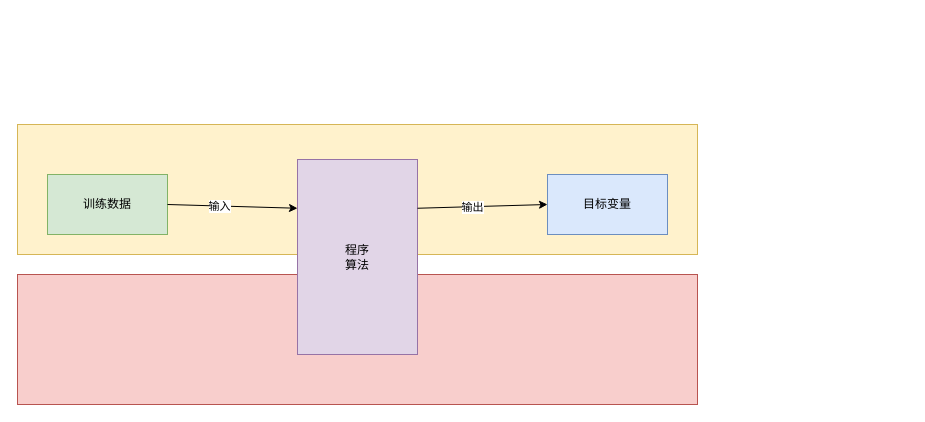
The draw.io diagram docs/传统机器学习训练流程.drawio in liojian198/Bin-Blog, before the edit. Source tidied: cells renumbered, new cells numbered last; positions are measured from the earlier drawing's top-left corner, leaving out a move shared by most shapes. Both pictures are drawn from the tidied source at 100%, with x=0, y=0 at pixel (17, 124).
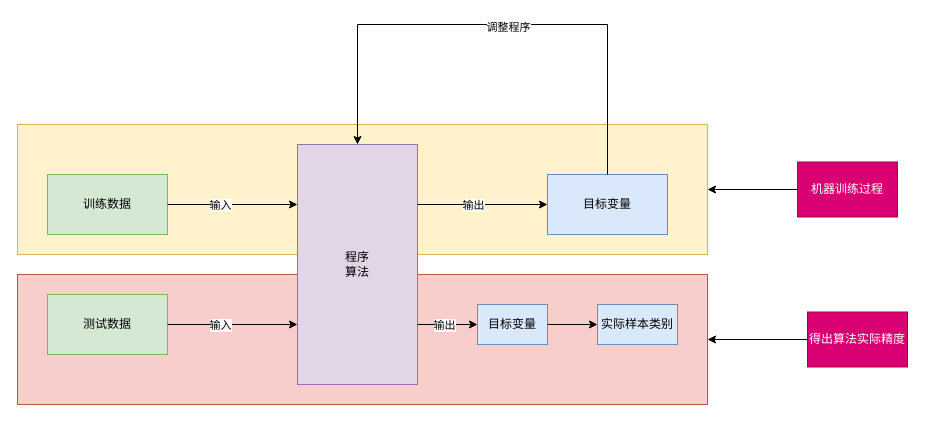
Above is the later version.

Commit message (it also covers changes not shown here):
Update 传统机器学习训练流程.drawio

The change refers to these unchanged cells:
```xml
<mxCell id="8" value="目标变量" style="rounded=0;whiteSpace=wrap;html=1;fillColor=#dae8fc;strokeColor=#6c8ebf;" parent="1" vertex="1">
  <mxGeometry x="530" y="50" width="120" height="60" as="geometry" />
</mxCell>
```

What changed in the source:
```diff
@@
     <mxCell id="2" style="rounded=0;whiteSpace=wrap;html=1;fillColor=#fff2cc;strokeColor=#d6b656;" parent="1" vertex="1">
-      <mxGeometry width="680" height="130" as="geometry" />
+      <mxGeometry width="690" height="130" as="geometry" />
     </mxCell>
     <mxCell id="3" style="rounded=0;whiteSpace=wrap;html=1;fillColor=#f8cecc;strokeColor=#b85450;" parent="1" vertex="1">
-      <mxGeometry y="150" width="680" height="130" as="geometry" />
+      <mxGeometry y="150" width="690" height="130" as="geometry" />
     </mxCell>
     <mxCell id="4" value="程序&lt;br&gt;算法" style="rounded=0;whiteSpace=wrap;html=1;fillColor=#e1d5e7;strokeColor=#9673a6;" parent="1" vertex="1">
-      <mxGeometry x="280" y="35" width="120" height="195" as="geometry" />
+      <mxGeometry x="280" y="20" width="120" height="240" as="geometry" />
     </mxCell>
@@
+    <mxCell id="11" style="edgeStyle=segmentEdgeStyle;endArrow=classic;html=1;rounded=0;entryX=0.5;entryY=0;entryDx=0;entryDy=0;exitX=0.5;exitY=0;exitDx=0;exitDy=0;" parent="1" edge="1" source="8" target="4">
+      <mxGeometry relative="1" as="geometry">
+        <Array as="points">
+          <mxPoint x="590" y="-100" />
+          <mxPoint x="340" y="-100" />
+        </Array>
+      </mxGeometry>
+    </mxCell>
+    <mxCell id="12" value="调整程序" style="edgeLabel;html=1;align=center;verticalAlign=middle;" parent="11" vertex="1">
+      <mxGeometry x="-0.04" y="2" relative="1" as="geometry" />
+    </mxCell>
+    <mxCell id="13" value="测试数据" style="rounded=0;whiteSpace=wrap;html=1;fillColor=#d5e8d4;strokeColor=#82b366;" parent="1" vertex="1">
+      <mxGeometry x="30" y="170" width="120" height="60" as="geometry" />
+    </mxCell>
+    <mxCell id="14" style="endArrow=classic;html=1;rounded=0;exitX=1;exitY=0.5;exitDx=0;exitDy=0;entryX=0;entryY=0.75;entryDx=0;entryDy=0;" parent="1" edge="1" source="13" target="4">
+      <mxGeometry relative="1" as="geometry" />
+    </mxCell>
+    <mxCell id="15" value="输入" style="edgeLabel;html=1;align=center;verticalAlign=middle;" parent="14" vertex="1">
+      <mxGeometry x="-0.2" relative="1" as="geometry" />
+    </mxCell>
+    <mxCell id="16" value="目标变量" style="rounded=0;whiteSpace=wrap;html=1;fillColor=#dae8fc;strokeColor=#6c8ebf;" parent="1" vertex="1">
+      <mxGeometry x="460" y="180" width="70" height="40" as="geometry" />
+    </mxCell>
+    <mxCell id="17" style="endArrow=classic;html=1;rounded=0;entryX=0;entryY=0.5;entryDx=0;entryDy=0;exitX=1;exitY=0.75;exitDx=0;exitDy=0;" parent="1" edge="1" source="4" target="16">
+      <mxGeometry relative="1" as="geometry" />
+    </mxCell>
+    <mxCell id="18" value="输出" style="edgeLabel;html=1;align=center;verticalAlign=middle;" parent="17" vertex="1">
+      <mxGeometry x="-0.15" relative="1" as="geometry" />
+    </mxCell>
+    <mxCell id="19" value="实际样本类别" style="rounded=0;whiteSpace=wrap;html=1;fillColor=#dae8fc;strokeColor=#6c8ebf;" parent="1" vertex="1">
+      <mxGeometry x="580" y="180" width="80" height="40" as="geometry" />
+    </mxCell>
+    <mxCell id="20" style="endArrow=classic;html=1;rounded=0;entryX=0;entryY=0.5;entryDx=0;entryDy=0;exitX=1;exitY=0.5;exitDx=0;exitDy=0;" parent="1" edge="1" source="16" target="19">
+      <mxGeometry relative="1" as="geometry" />
+    </mxCell>
+    <mxCell id="21" value="机器训练过程" style="rounded=0;whiteSpace=wrap;html=1;fillColor=#d80073;fontColor=#ffffff;strokeColor=#A50040;" parent="1" vertex="1">
+      <mxGeometry x="780" y="37.5" width="100" height="55" as="geometry" />
+    </mxCell>
+    <mxCell id="22" style="endArrow=classic;html=1;rounded=0;exitX=0;exitY=0.5;exitDx=0;exitDy=0;entryX=1;entryY=0.5;entryDx=0;entryDy=0;" parent="1" edge="1" source="21" target="2">
+      <mxGeometry relative="1" as="geometry" />
+    </mxCell>
+    <mxCell id="23" value="得出算法实际精度" style="rounded=0;whiteSpace=wrap;html=1;fillColor=#d80073;fontColor=#ffffff;strokeColor=#A50040;" parent="1" vertex="1">
+      <mxGeometry x="790" y="187.5" width="100" height="55" as="geometry" />
+    </mxCell>
+    <mxCell id="24" style="endArrow=classic;html=1;rounded=0;exitX=0;exitY=0.5;exitDx=0;exitDy=0;entryX=1;entryY=0.5;entryDx=0;entryDy=0;" parent="1" edge="1" source="23" target="3">
+      <mxGeometry relative="1" as="geometry" />
+    </mxCell>
```
